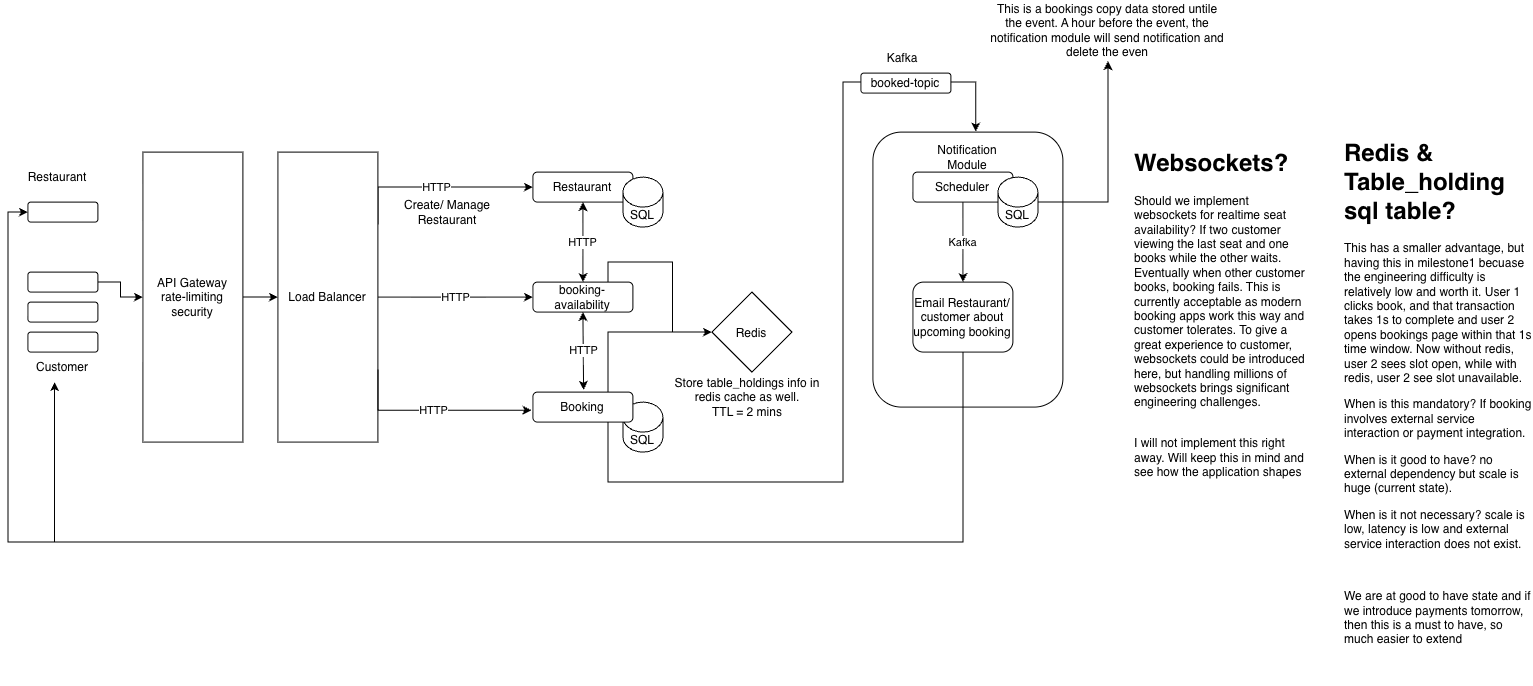
This is table-booking/restaurant-table-booking.drawio.png from harirehm/draw.io, a draw.io export, as it was before one commit. Source tidied: cells renumbered, new cells last; positions are measured from the earlier drawing's top-left corner, leaving out a move shared by most shapes.
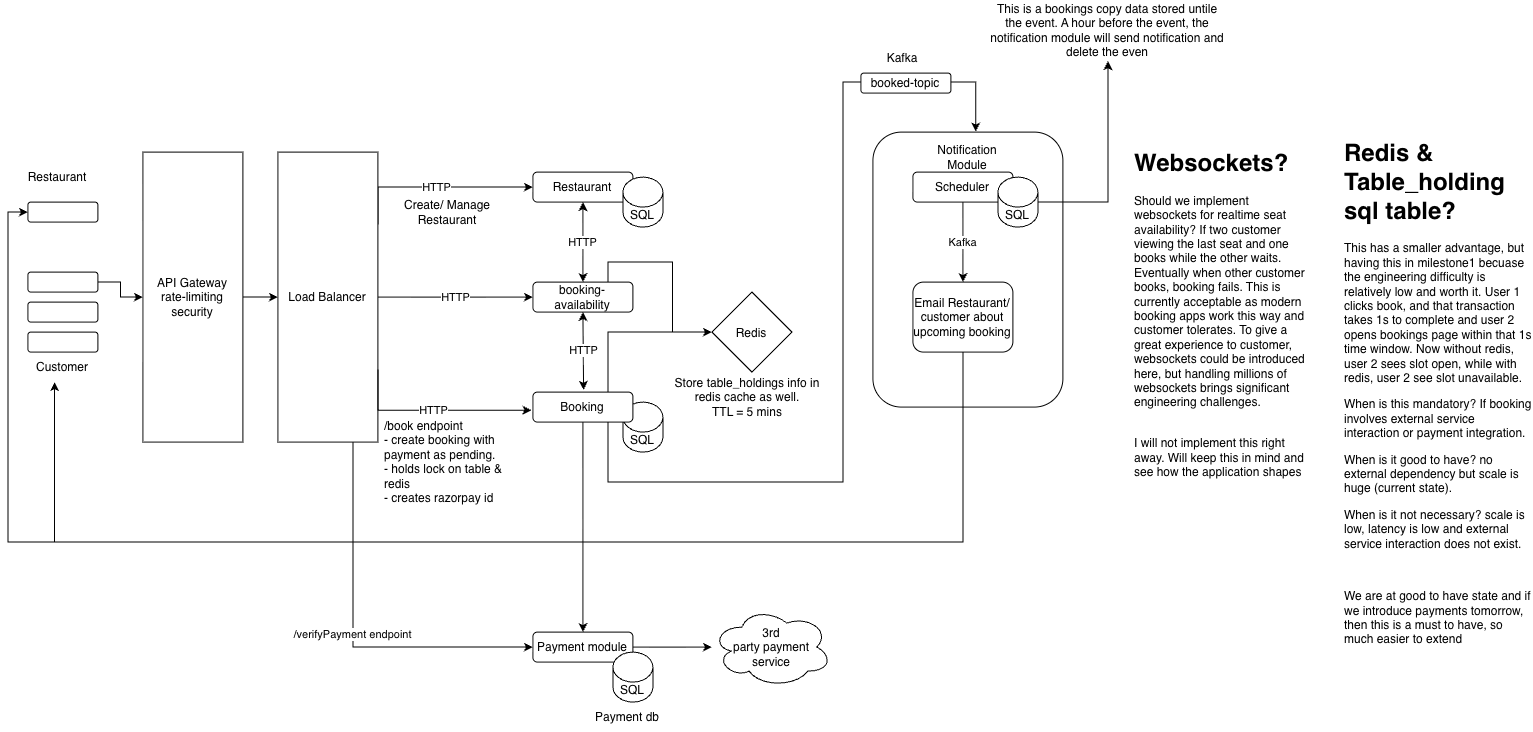
After the commit.

Change to the diagram source:
```diff
@@ -42,6 +42,9 @@
     <mxCell id="13" value="HTTP" style="edgeStyle=orthogonalEdgeStyle;rounded=0;jettySize=auto;html=1;exitX=1;exitY=0.5;exitDx=0;exitDy=0;" parent="1" edge="1" source="14" target="19">
       <mxGeometry relative="1" as="geometry" />
     </mxCell>
+    <mxCell id="43" value="/verifyPayment endpoint" style="edgeStyle=orthogonalEdgeStyle;rounded=0;jettySize=auto;html=1;exitX=0.75;exitY=1;exitDx=0;exitDy=0;entryX=0;entryY=0.5;entryDx=0;entryDy=0;" parent="1" edge="1" source="14" target="47">
+      <mxGeometry relative="1" as="geometry" />
+    </mxCell>
     <mxCell id="14" value="Load Balancer" style="rounded=0;whiteSpace=wrap;html=1;" parent="1" vertex="1">
       <mxGeometry x="270" y="152" width="100" height="290" as="geometry" />
     </mxCell>
@@ -69,6 +72,9 @@
     <mxCell id="22" style="edgeStyle=orthogonalEdgeStyle;rounded=0;jettySize=auto;html=1;exitX=0.75;exitY=0;exitDx=0;exitDy=0;entryX=0;entryY=0.5;entryDx=0;entryDy=0;" parent="1" edge="1" source="23" target="26">
       <mxGeometry relative="1" as="geometry" />
     </mxCell>
+    <mxCell id="44" style="edgeStyle=orthogonalEdgeStyle;rounded=0;jettySize=auto;html=1;exitX=0.5;exitY=1;exitDx=0;exitDy=0;entryX=0.5;entryY=0;entryDx=0;entryDy=0;" parent="1" edge="1" source="23" target="47">
+      <mxGeometry relative="1" as="geometry" />
+    </mxCell>
     <mxCell id="23" value="Booking" style="rounded=1;whiteSpace=wrap;html=1;" parent="1" vertex="1">
       <mxGeometry x="525" y="392" width="100" height="30" as="geometry" />
     </mxCell>
@@ -85,7 +91,7 @@
     <mxCell id="26" value="Redis" style="rhombus;whiteSpace=wrap;html=1;shapeInside=1;" parent="1" vertex="1">
       <mxGeometry x="704" y="292" width="80" height="80" as="geometry" />
     </mxCell>
-    <mxCell id="27" value="Store table_holdings info in redis cache as well.&lt;br&gt;TTL = 2 mins" style="text;html=1;whiteSpace=wrap;strokeColor=none;fillColor=none;align=center;verticalAlign=middle;rounded=0;" parent="1" vertex="1">
+    <mxCell id="27" value="Store table_holdings info in redis cache as well.&lt;br&gt;TTL = 5 mins" style="text;html=1;whiteSpace=wrap;strokeColor=none;fillColor=none;align=center;verticalAlign=middle;rounded=0;" parent="1" vertex="1">
       <mxGeometry x="665" y="372" width="150" height="50" as="geometry" />
     </mxCell>
     <mxCell id="28" value="Kafka" style="edgeStyle=orthogonalEdgeStyle;rounded=0;jettySize=auto;html=1;" parent="1" edge="1" source="29" target="31">
@@ -154,5 +160,23 @@
     <mxCell id="42" value="This is a bookings copy data stored untile the event. A hour before the event, the notification module will send notification and delete the even" style="text;html=1;whiteSpace=wrap;strokeColor=none;fillColor=none;align=center;verticalAlign=middle;rounded=0;" parent="1" vertex="1">
       <mxGeometry x="980" width="240" height="61" as="geometry" />
     </mxCell>
+    <mxCell id="45" value="/book endpoint&lt;div&gt;- create booking with payment as pending.&lt;/div&gt;&lt;div&gt;- holds lock on table &amp;amp; redis&lt;/div&gt;&lt;div&gt;- creates razorpay id&lt;/div&gt;" style="text;html=1;whiteSpace=wrap;strokeColor=none;fillColor=none;align=left;verticalAlign=top;rounded=0;" parent="1" vertex="1">
+      <mxGeometry x="375" y="412" width="130" height="120" as="geometry" />
+    </mxCell>
+    <mxCell id="46" style="edgeStyle=orthogonalEdgeStyle;rounded=0;jettySize=auto;html=1;" parent="1" edge="1" source="47" target="48">
+      <mxGeometry relative="1" as="geometry" />
+    </mxCell>
+    <mxCell id="47" value="Payment module" style="rounded=1;whiteSpace=wrap;html=1;" parent="1" vertex="1">
+      <mxGeometry x="525" y="632" width="100" height="30" as="geometry" />
+    </mxCell>
+    <mxCell id="48" value="3rd&lt;div&gt;party payment&lt;/div&gt;&lt;div&gt;service&lt;/div&gt;" style="ellipse;shape=cloud;whiteSpace=wrap;html=1;" parent="1" vertex="1">
+      <mxGeometry x="704" y="607" width="120" height="80" as="geometry" />
+    </mxCell>
+    <mxCell id="49" value="SQL" style="shape=cylinder3;whiteSpace=wrap;html=1;boundedLbl=1;backgroundOutline=1;size=15;" parent="1" vertex="1">
+      <mxGeometry x="605" y="652" width="40" height="50" as="geometry" />
+    </mxCell>
+    <mxCell id="50" value="Payment db" style="text;html=1;whiteSpace=wrap;strokeColor=none;fillColor=none;align=center;verticalAlign=middle;rounded=0;" parent="1" vertex="1">
+      <mxGeometry x="585" y="702" width="70" height="30" as="geometry" />
+    </mxCell>
   </root>
 </mxGraphModel>
```
